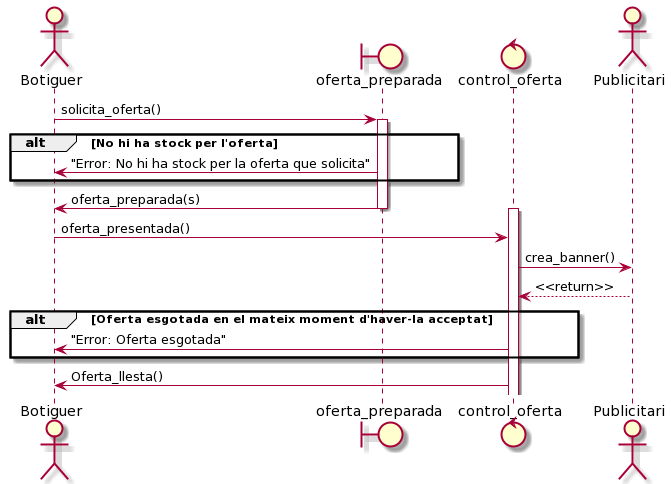
The PlantUML diagram diagrams/Seq_Diagram_Preparacio_oferta.png in polpagesdev/delivery-app, before a commit. Its diagram source:
```plantuml
@startuml
actor Botiguer
boundary oferta_preparada
control control_oferta
actor Publicitari
Botiguer -> oferta_preparada : solicita_oferta()
activate oferta_preparada

alt No hi ha stock per l'oferta
   oferta_preparada -> Botiguer : "Error: No hi ha stock per la oferta que solicita"
end
oferta_preparada -> Botiguer : oferta_preparada(s)
deactivate oferta_preparada
activate control_oferta
Botiguer -> control_oferta: oferta_presentada()
control_oferta -> Publicitari: crea_banner()
Publicitari --> control_oferta: <<return>>
alt Oferta esgotada en el mateix moment d'haver-la acceptat
    control_oferta -> Botiguer: "Error: Oferta esgotada"
end
control_oferta -> Botiguer: Oferta_llesta()
@enduml
```
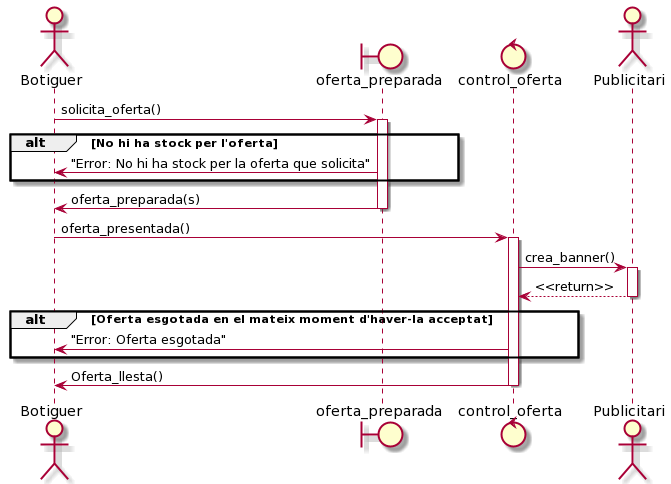
The same diagram one commit later.

Diff of the diagram source:
```diff
@@ -11,12 +11,17 @@
 end
 oferta_preparada -> Botiguer : oferta_preparada(s)
 deactivate oferta_preparada
+
+Botiguer -> control_oferta: oferta_presentada()
+
 activate control_oferta
-Botiguer -> control_oferta: oferta_presentada()
 control_oferta -> Publicitari: crea_banner()
+activate Publicitari
 Publicitari --> control_oferta: <<return>>
+deactivate Publicitari
 alt Oferta esgotada en el mateix moment d'haver-la acceptat
     control_oferta -> Botiguer: "Error: Oferta esgotada"
 end
 control_oferta -> Botiguer: Oferta_llesta()
+deactivate control_oferta
 @enduml
```
